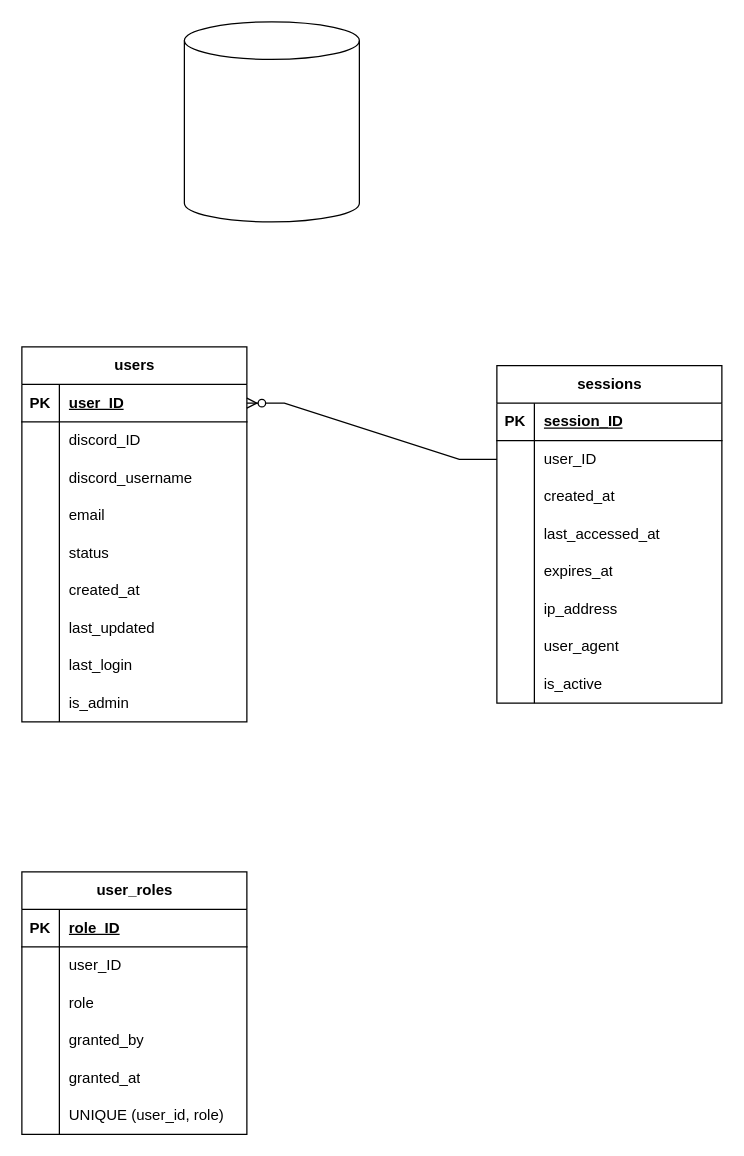
The draw.io diagram docs/table_ideas.drawio in OMTut/auth_discord_fastapi, before the edit. Source tidied: cells renumbered, new cells numbered last; positions are measured from the earlier drawing's top-left corner, leaving out a move shared by most shapes. Both pictures are drawn from the tidied source at 125%, with x=0, y=0 at pixel (21, 21).
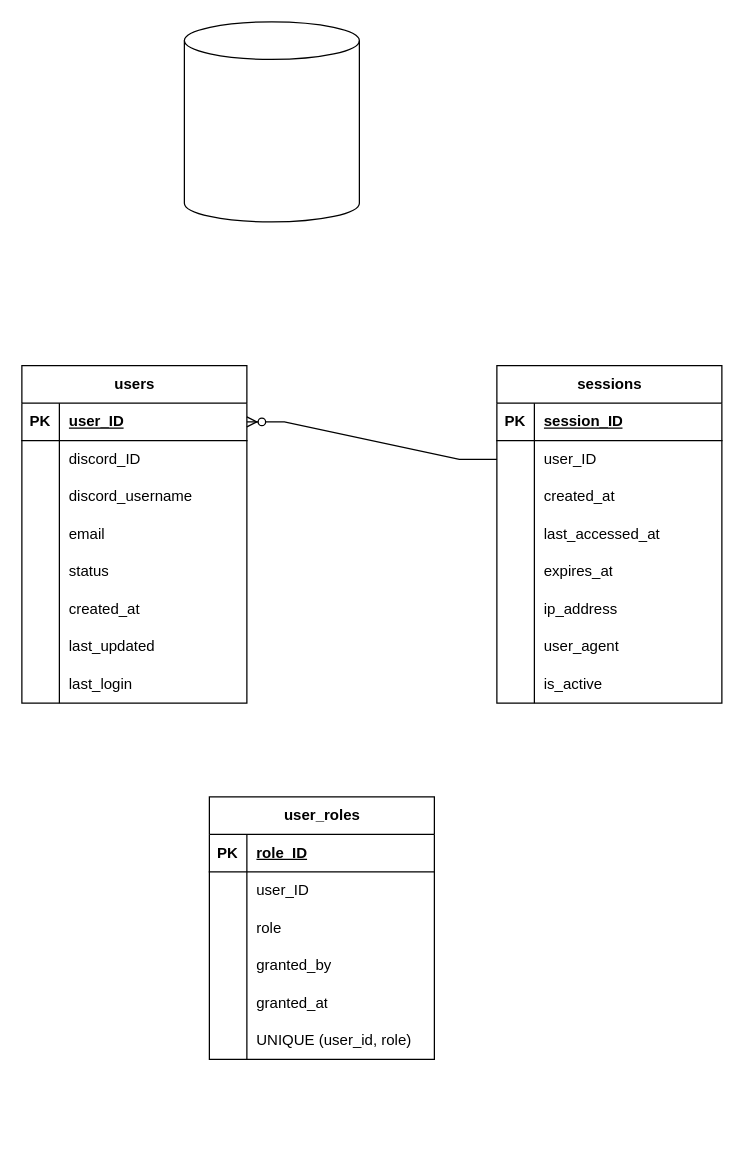
The same diagram, later.

The edit, as a diff of the source:
```diff
@@
     <mxCell id="3" value="users" style="shape=table;startSize=30;childLayout=tableLayout;rowLines=0;fontStyle=1;align=center;html=1;" parent="1" vertex="1">
-      <mxGeometry y="260" width="180" height="300" as="geometry" />
+      <mxGeometry y="275" width="180" height="270" as="geometry" />
     </mxCell>
@@
-    <mxCell id="28" style="shape=tableRow;horizontal=0;startSize=0;swimlaneHead=0;swimlaneBody=0;fillColor=none;top=0;left=0;right=0;bottom=0;" parent="3" vertex="1">
-      <mxGeometry y="270" width="180" height="30" as="geometry" />
-    </mxCell>
-    <mxCell id="29" style="shape=partialRectangle;fillColor=none;top=0;left=0;bottom=0;right=0;overflow=hidden;whiteSpace=wrap;html=1;" parent="28" vertex="1">
-      <mxGeometry width="30" height="30" as="geometry" />
-    </mxCell>
-    <mxCell id="30" value="is_admin" style="shape=partialRectangle;fillColor=none;top=0;left=0;bottom=0;right=0;align=left;spacingLeft=6;overflow=hidden;whiteSpace=wrap;html=1;" parent="28" vertex="1">
-      <mxGeometry x="30" width="150" height="30" as="geometry" />
-    </mxCell>
@@
     <mxCell id="56" value="user_roles" style="shape=table;startSize=30;childLayout=tableLayout;rowLines=0;fontStyle=1;align=center;html=1;" parent="1" vertex="1">
-      <mxGeometry y="680" width="180" height="210" as="geometry" />
+      <mxGeometry x="150" y="620" width="180" height="210" as="geometry" />
     </mxCell>
```
